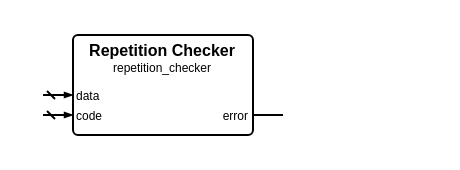
Louis-DR/OmniCores-BuildingBlocks keeps this draw.io diagram as sources/error_control/repetition/repetition_checker.symbol.drawio. Above is the earlier version. Source tidied: cells renumbered, new cells numbered last; positions are measured from the earlier drawing's top-left corner, leaving out a move shared by most shapes. Both pictures are drawn from the tidied source at 200%, with x=0, y=0 at pixel (42, 34).
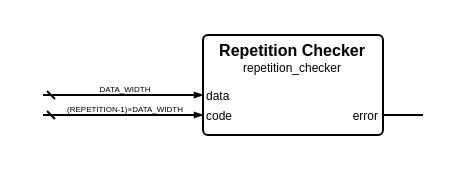
The same page after the edit.

What changed in the source:
```diff
@@
 <mxGraphModel>
   <root>
     <mxCell id="0" />
     <mxCell id="1" parent="0" />
     <mxCell id="2" style="group;" parent="1" vertex="1">
-      <mxGeometry width="120" height="50" as="geometry" />
+      <mxGeometry width="190" height="50" as="geometry" />
     </mxCell>
     <mxCell id="3" style="rounded=1;arcSize=5;fillColor=none;strokeWidth=1;strokeColor=black;whiteSpace=wrap;html=1;" parent="2" vertex="1">
-      <mxGeometry x="15" width="90" height="50" as="geometry" />
+      <mxGeometry x="80" width="90" height="50" as="geometry" />
     </mxCell>
     <mxCell id="4" value="Repetition Checker" style="text;html=1;align=center;verticalAlign=middle;whiteSpace=wrap;rounded=0;fontSize=8;fontStyle=1;fontColor=black;" parent="2" vertex="1">
-      <mxGeometry x="15" y="7" width="90" as="geometry" />
+      <mxGeometry x="80" y="7" width="90" as="geometry" />
     </mxCell>
     <mxCell id="5" value="repetition_checker" style="text;html=1;align=center;verticalAlign=middle;whiteSpace=wrap;rounded=0;fontSize=6;fontStyle=0;fontColor=black;" parent="2" vertex="1">
-      <mxGeometry x="15" y="16" width="90" as="geometry" />
+      <mxGeometry x="80" y="16" width="90" as="geometry" />
     </mxCell>
     <mxCell id="6" value="data" style="text;html=1;align=left;verticalAlign=middle;whiteSpace=wrap;rounded=0;fontSize=6;fontStyle=0;fontColor=black;" parent="2" vertex="1">
-      <mxGeometry x="15" y="30" width="90" as="geometry" />
+      <mxGeometry x="80" y="30" width="90" as="geometry" />
     </mxCell>
     <mxCell id="7" style="html=1;rounded=1;strokeWidth=1;strokeColor=black;startFill=0;startSize=2;startArrow=dash;endFill=1;endSize=2;endArrow=blockThin;sourcePerimeterSpacing=0;" parent="2" edge="1">
       <mxGeometry relative="1" as="geometry">
         <mxPoint y="30" as="sourcePoint" />
-        <mxPoint x="15" y="30" as="targetPoint" />
+        <mxPoint x="80" y="30" as="targetPoint" />
       </mxGeometry>
     </mxCell>
+    <mxCell id="12" value="DATA_WIDTH" style="text;html=1;align=center;verticalAlign=middle;whiteSpace=nowrap;rounded=0;fontSize=4;fontStyle=0;fontColor=black;" parent="2" vertex="1">
+      <mxGeometry x="40" y="27" as="geometry" />
+    </mxCell>
     <mxCell id="8" value="code" style="text;html=1;align=left;verticalAlign=middle;whiteSpace=wrap;rounded=0;fontSize=6;fontStyle=0;fontColor=black;" parent="2" vertex="1">
-      <mxGeometry x="15" y="40" width="90" as="geometry" />
+      <mxGeometry x="80" y="40" width="90" as="geometry" />
     </mxCell>
     <mxCell id="9" style="html=1;rounded=1;strokeWidth=1;strokeColor=black;startFill=0;startSize=2;startArrow=dash;endFill=1;endSize=2;endArrow=blockThin;sourcePerimeterSpacing=0;" parent="2" edge="1">
       <mxGeometry relative="1" as="geometry">
         <mxPoint y="40" as="sourcePoint" />
-        <mxPoint x="15" y="40" as="targetPoint" />
+        <mxPoint x="80" y="40" as="targetPoint" />
       </mxGeometry>
     </mxCell>
+    <mxCell id="13" value="(REPETITION-1)×DATA_WIDTH" style="text;html=1;align=center;verticalAlign=middle;whiteSpace=nowrap;rounded=0;fontSize=4;fontStyle=0;fontColor=black;" parent="2" vertex="1">
+      <mxGeometry x="40" y="37" as="geometry" />
+    </mxCell>
     <mxCell id="10" value="error" style="text;html=1;align=right;verticalAlign=middle;whiteSpace=wrap;rounded=0;fontSize=6;fontStyle=0;fontColor=black;" parent="2" vertex="1">
-      <mxGeometry x="15" y="40" width="90" as="geometry" />
+      <mxGeometry x="80" y="40" width="90" as="geometry" />
     </mxCell>
     <mxCell id="11" style="html=1;rounded=1;strokeWidth=1;strokeColor=black;startFill=0;startSize=2;startArrow=none;endFill=1;endSize=2;endArrow=none;sourcePerimeterSpacing=0;" parent="2" edge="1">
       <mxGeometry relative="1" as="geometry">
-        <mxPoint x="120" y="40" as="sourcePoint" />
-        <mxPoint x="105" y="40" as="targetPoint" />
+        <mxPoint x="190" y="40" as="sourcePoint" />
+        <mxPoint x="170" y="40" as="targetPoint" />
       </mxGeometry>
     </mxCell>
   </root>
 </mxGraphModel>
```
